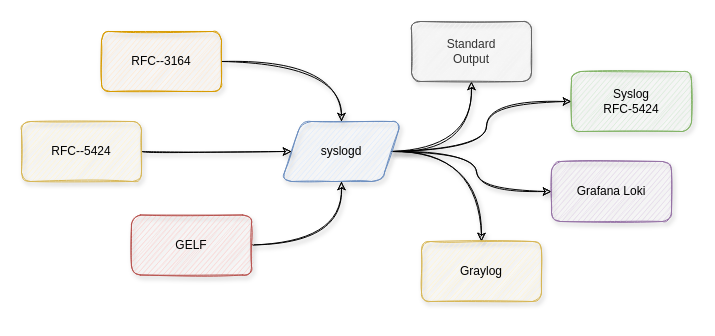
Earlier version of the draw.io diagram doc/syslogd.drawio (mnellemann/syslogd). Source tidied: cells renumbered, new cells numbered last; positions are measured from the earlier drawing's top-left corner, leaving out a move shared by most shapes. Both pictures are drawn from the tidied source at 100%, with x=0, y=0 at pixel (21, 21).
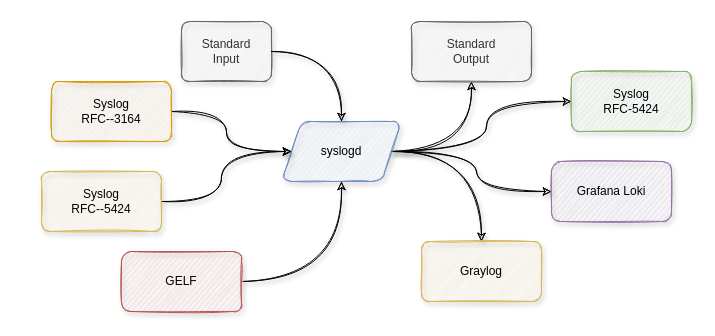
The same page after the edit.

Diff of the diagram source:
```diff
@@
 <mxGraphModel>
   <root>
     <mxCell id="0" />
     <mxCell id="1" parent="0" />
     <mxCell id="2" style="edgeStyle=orthogonalEdgeStyle;jettySize=auto;html=1;curved=1;sketch=1;shadow=1;" parent="1" edge="1" source="3" target="8">
       <mxGeometry relative="1" as="geometry" />
     </mxCell>
-    <mxCell id="3" value="RFC--3164" style="rounded=1;whiteSpace=wrap;html=1;sketch=1;shadow=1;fillColor=#ffe6cc;strokeColor=#d79b00;" parent="1" vertex="1">
-      <mxGeometry x="80" y="10" width="120" height="60" as="geometry" />
+    <mxCell id="3" value="Syslog&lt;br&gt;RFC--3164" style="rounded=1;whiteSpace=wrap;html=1;sketch=1;shadow=1;fillColor=#ffe6cc;strokeColor=#d79b00;" parent="1" vertex="1">
+      <mxGeometry x="30" y="60" width="120" height="60" as="geometry" />
     </mxCell>
     <mxCell id="4" style="edgeStyle=orthogonalEdgeStyle;curved=1;sketch=1;jettySize=auto;html=1;shadow=1;" parent="1" edge="1" source="8" target="16">
       <mxGeometry relative="1" as="geometry" />
     </mxCell>
     <mxCell id="5" style="edgeStyle=orthogonalEdgeStyle;curved=1;sketch=1;jettySize=auto;html=1;shadow=1;" parent="1" edge="1" source="8" target="13">
       <mxGeometry relative="1" as="geometry" />
     </mxCell>
     <mxCell id="6" style="edgeStyle=orthogonalEdgeStyle;curved=1;sketch=1;jettySize=auto;html=1;shadow=1;" parent="1" edge="1" source="8" target="14">
       <mxGeometry relative="1" as="geometry" />
     </mxCell>
     <mxCell id="7" style="edgeStyle=orthogonalEdgeStyle;curved=1;sketch=1;jettySize=auto;html=1;shadow=1;" parent="1" edge="1" source="8" target="15">
       <mxGeometry relative="1" as="geometry" />
     </mxCell>
     <mxCell id="8" value="syslogd" style="shape=parallelogram;perimeter=parallelogramPerimeter;whiteSpace=wrap;html=1;fixedSize=1;sketch=1;rounded=1;shadow=1;fillColor=#dae8fc;strokeColor=#6c8ebf;" parent="1" vertex="1">
       <mxGeometry x="260" y="100" width="120" height="60" as="geometry" />
     </mxCell>
     <mxCell id="9" style="edgeStyle=orthogonalEdgeStyle;curved=1;sketch=1;jettySize=auto;html=1;shadow=1;" parent="1" edge="1" source="10" target="8">
       <mxGeometry relative="1" as="geometry" />
     </mxCell>
-    <mxCell id="10" value="RFC--5424" style="rounded=1;whiteSpace=wrap;html=1;sketch=1;shadow=1;fillColor=#fff2cc;strokeColor=#d6b656;" parent="1" vertex="1">
-      <mxGeometry y="100" width="120" height="60" as="geometry" />
+    <mxCell id="10" value="Syslog&lt;br&gt;RFC--5424" style="rounded=1;whiteSpace=wrap;html=1;sketch=1;shadow=1;fillColor=#fff2cc;strokeColor=#d6b656;" parent="1" vertex="1">
+      <mxGeometry x="20" y="150" width="120" height="60" as="geometry" />
     </mxCell>
     <mxCell id="11" style="edgeStyle=orthogonalEdgeStyle;curved=1;sketch=1;jettySize=auto;html=1;shadow=1;" parent="1" edge="1" source="12" target="8">
       <mxGeometry relative="1" as="geometry" />
     </mxCell>
     <mxCell id="12" value="GELF" style="rounded=1;whiteSpace=wrap;html=1;sketch=1;shadow=1;fillColor=#f8cecc;strokeColor=#b85450;" parent="1" vertex="1">
-      <mxGeometry x="110" y="193.5" width="120" height="60" as="geometry" />
+      <mxGeometry x="100" y="230" width="120" height="60" as="geometry" />
     </mxCell>
     <mxCell id="13" value="Syslog&lt;br&gt;RFC-5424" style="rounded=1;whiteSpace=wrap;html=1;sketch=1;shadow=1;fillColor=#d5e8d4;strokeColor=#82b366;" parent="1" vertex="1">
       <mxGeometry x="550" y="50" width="120" height="60" as="geometry" />
     </mxCell>
     <mxCell id="14" value="Grafana Loki" style="rounded=1;whiteSpace=wrap;html=1;sketch=1;shadow=1;fillColor=#e1d5e7;strokeColor=#9673a6;" parent="1" vertex="1">
       <mxGeometry x="530" y="140" width="120" height="60" as="geometry" />
     </mxCell>
     <mxCell id="15" value="Graylog" style="rounded=1;whiteSpace=wrap;html=1;sketch=1;shadow=1;fillColor=#fff2cc;strokeColor=#d6b656;" parent="1" vertex="1">
       <mxGeometry x="400" y="220" width="120" height="60" as="geometry" />
     </mxCell>
     <mxCell id="16" value="Standard&lt;br&gt;Output" style="rounded=1;whiteSpace=wrap;html=1;sketch=1;shadow=1;fillColor=#f5f5f5;strokeColor=#666666;fontColor=#333333;" parent="1" vertex="1">
       <mxGeometry x="390" width="120" height="60" as="geometry" />
     </mxCell>
+    <mxCell id="17" value="Standard&lt;br&gt;Input" style="rounded=1;whiteSpace=wrap;html=1;sketch=1;shadow=1;fillColor=#f5f5f5;strokeColor=#666666;fontColor=#333333;" parent="1" vertex="1">
+      <mxGeometry x="160" width="90" height="60" as="geometry" />
+    </mxCell>
+    <mxCell id="18" style="edgeStyle=orthogonalEdgeStyle;jettySize=auto;html=1;curved=1;sketch=1;shadow=1;" parent="1" edge="1" source="17" target="8">
+      <mxGeometry relative="1" as="geometry" />
+    </mxCell>
   </root>
 </mxGraphModel>
```
